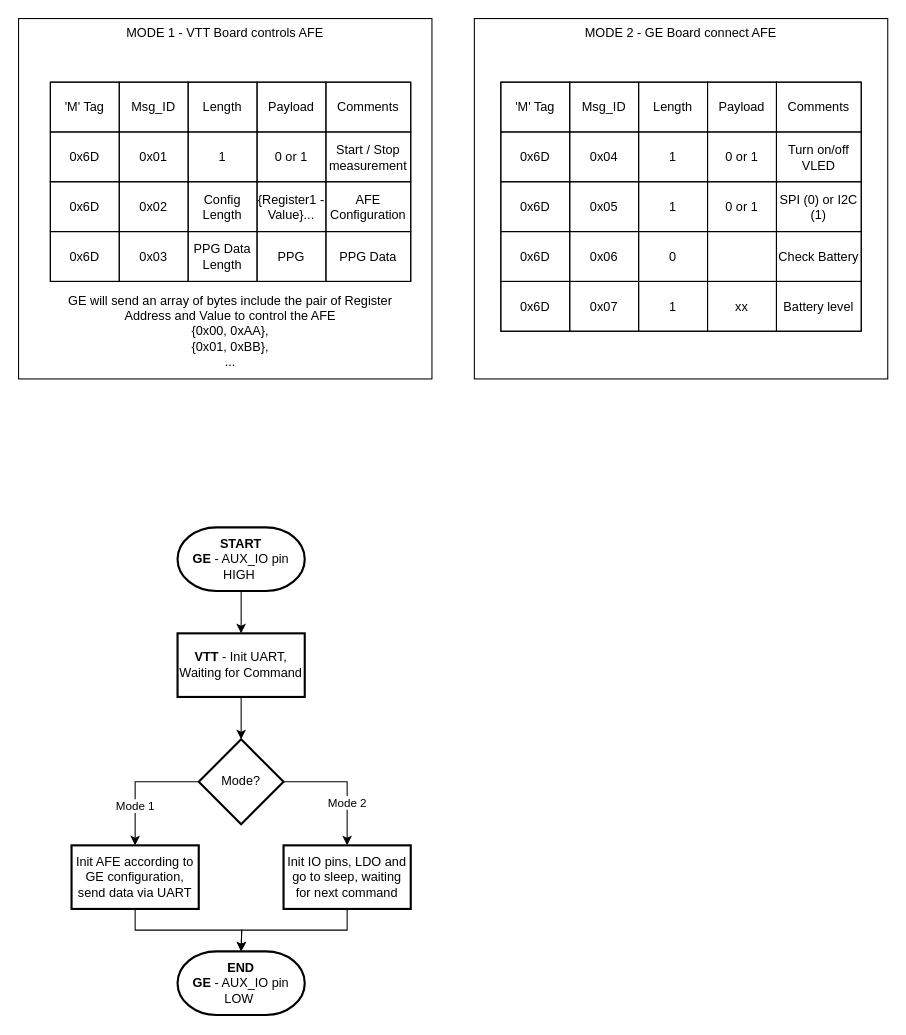
Before: GE_VTT Protocol.drawio in marsukhongduoi/drawio_files, a draw.io diagram. Source tidied: cells renumbered, new cells numbered last; positions are measured from the earlier drawing's top-left corner, leaving out a move shared by most shapes. Both pictures are drawn from the tidied source at 106%, with x=0, y=0 at pixel (18, 18).
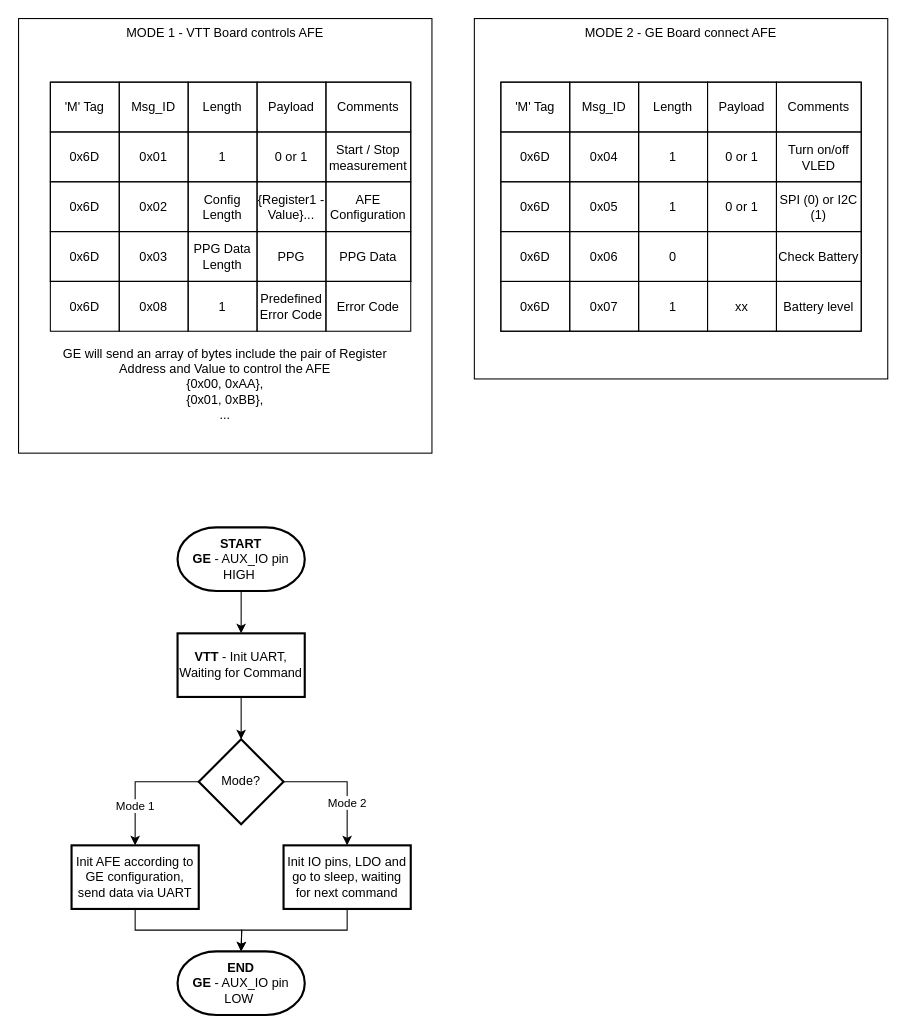
The same diagram, later.

The edit, as a diff of the source:
```diff
@@
     <mxCell id="2" value="MODE 1 - VTT Board controls AFE" style="rounded=0;whiteSpace=wrap;html=1;verticalAlign=top;" parent="1" vertex="1">
-      <mxGeometry width="390" height="340" as="geometry" />
+      <mxGeometry width="390" height="410" as="geometry" />
     </mxCell>
@@
     <mxCell id="41" value="GE will send an array of bytes include the pair of Register Address and Value to control the AFE&lt;div&gt;{0x00, 0xAA},&lt;/div&gt;&lt;div&gt;{0x01, 0xBB},&lt;/div&gt;&lt;div&gt;...&lt;/div&gt;" style="text;strokeColor=none;align=center;fillColor=none;html=1;verticalAlign=middle;whiteSpace=wrap;rounded=0;" parent="1" vertex="1">
-      <mxGeometry x="30" y="260" width="340" height="70" as="geometry" />
+      <mxGeometry x="25" y="310" width="340" height="70" as="geometry" />
     </mxCell>
@@
+    <mxCell id="73" value="0x6D" style="strokeColor=inherit;fillColor=none;align=center;whiteSpace=wrap;html=1;" parent="1" vertex="1">
+      <mxGeometry x="30" y="248" width="65" height="47" as="geometry" />
+    </mxCell>
+    <mxCell id="74" value="0x08" style="strokeColor=inherit;fillColor=none;align=center;whiteSpace=wrap;html=1;" parent="1" vertex="1">
+      <mxGeometry x="95" y="248" width="65" height="47" as="geometry" />
+    </mxCell>
+    <mxCell id="75" value="1" style="strokeColor=inherit;fillColor=none;align=center;whiteSpace=wrap;html=1;" parent="1" vertex="1">
+      <mxGeometry x="160" y="248" width="65" height="47" as="geometry" />
+    </mxCell>
+    <mxCell id="76" value="Predefined Error Code" style="strokeColor=inherit;fillColor=none;align=center;whiteSpace=wrap;html=1;" parent="1" vertex="1">
+      <mxGeometry x="225" y="248" width="65" height="47" as="geometry" />
+    </mxCell>
+    <mxCell id="77" value="Error Code" style="strokeColor=inherit;fillColor=none;align=center;whiteSpace=wrap;html=1;" parent="1" vertex="1">
+      <mxGeometry x="290" y="248" width="80" height="47" as="geometry" />
+    </mxCell>
```
